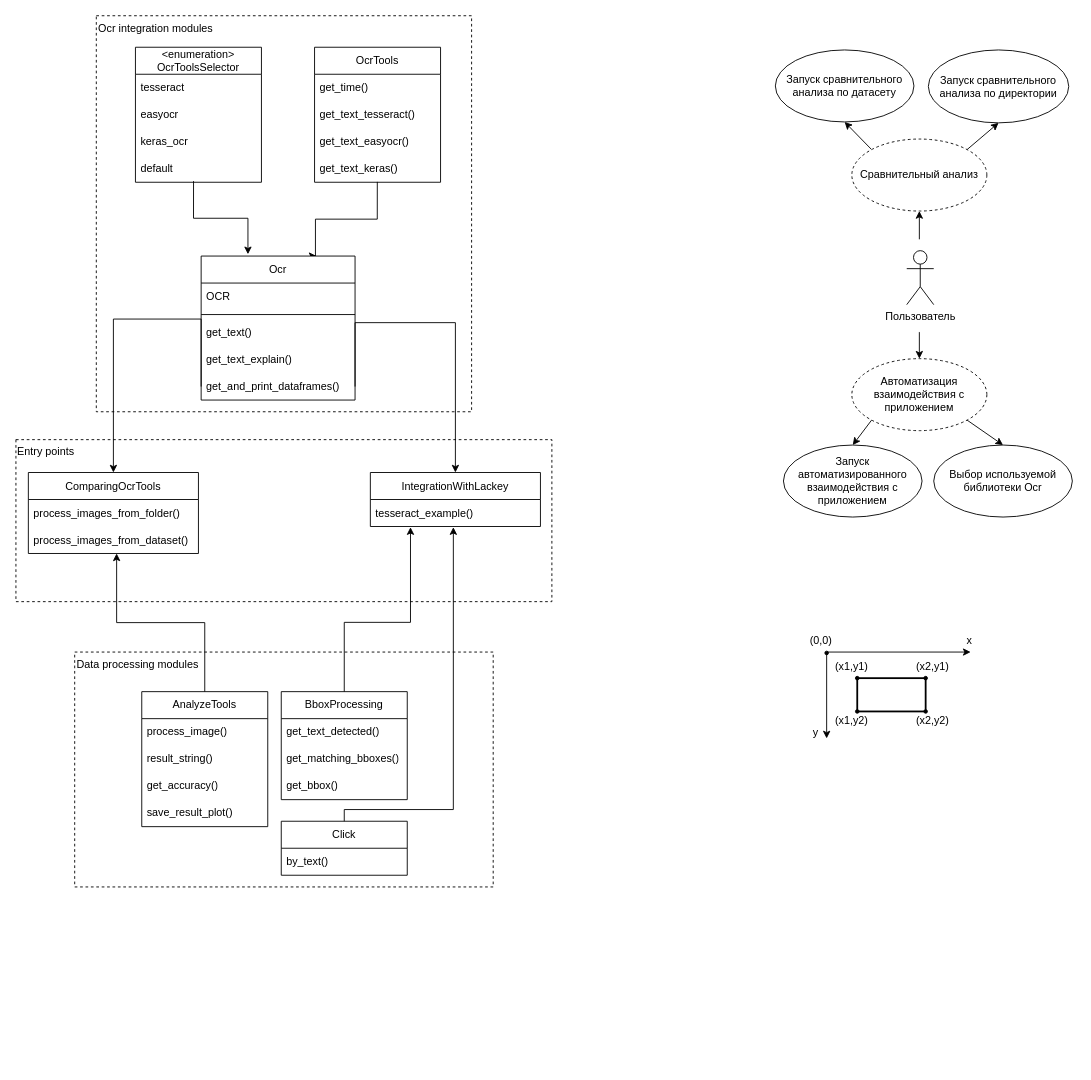
2nozh/ExperimentalOCR keeps this draw.io diagram as diagrams/class_dia.drawio. Above is the earlier version. Source tidied: cells renumbered, new cells numbered last; positions are measured from the earlier drawing's top-left corner, leaving out a move shared by most shapes. Both pictures are drawn from the tidied source at 90%, with x=0, y=0 at pixel (15, 15).
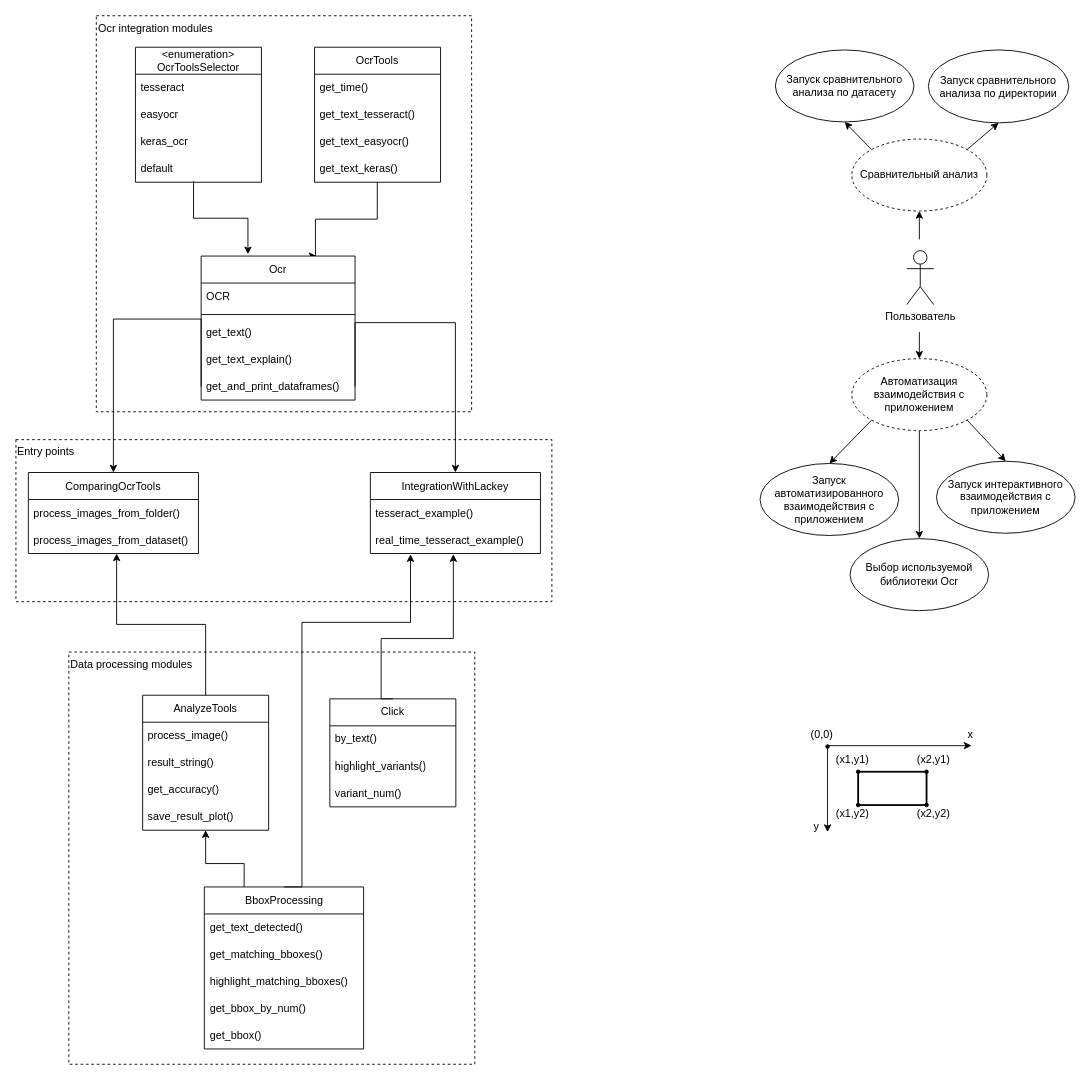
Above is the later version.

The change refers to these unchanged cells:
```xml
<mxCell id="50" value="save_result_plot()" style="text;strokeColor=none;fillColor=none;align=left;verticalAlign=middle;spacingLeft=4;spacingRight=4;overflow=hidden;points=[[0,0.5],[1,0.5]];portConstraint=eastwest;whiteSpace=wrap;html=1;" parent="46" vertex="1">
  <mxGeometry y="120" width="140" height="30" as="geometry" />
</mxCell>
<mxCell id="71" value="Автоматизация взаимодействия с приложением" style="ellipse;whiteSpace=wrap;html=1;dashed=1;" parent="1" vertex="1">
  <mxGeometry x="929" y="381" width="150" height="80" as="geometry" />
</mxCell>
```

The edit, as a diff of the source:
```diff
@@
     <mxCell id="7" value="Data processing modules" style="rounded=0;whiteSpace=wrap;html=1;dashed=1;align=left;verticalAlign=top;" parent="1" vertex="1">
-      <mxGeometry x="65.5" y="707" width="465" height="261" as="geometry" />
+      <mxGeometry x="59" y="707" width="451" height="458" as="geometry" />
     </mxCell>
     <mxCell id="8" style="rounded=0;whiteSpace=wrap;html=1;strokeWidth=2;" parent="1" vertex="1">
-      <mxGeometry x="935" y="736" width="76" height="37" as="geometry" />
+      <mxGeometry x="936" y="840" width="76" height="37" as="geometry" />
     </mxCell>
     <mxCell id="9" style="endArrow=classic;html=1;rounded=0;" parent="1" edge="1">
       <mxGeometry relative="1" as="geometry">
-        <mxPoint x="901" y="707" as="sourcePoint" />
-        <mxPoint x="1061" y="707" as="targetPoint" />
+        <mxPoint x="902" y="811" as="sourcePoint" />
+        <mxPoint x="1062" y="811" as="targetPoint" />
       </mxGeometry>
     </mxCell>
     <mxCell id="10" style="endArrow=classic;html=1;rounded=0;" parent="1" edge="1">
       <mxGeometry relative="1" as="geometry">
-        <mxPoint x="901" y="707" as="sourcePoint" />
-        <mxPoint x="901" y="803" as="targetPoint" />
+        <mxPoint x="902" y="811" as="sourcePoint" />
+        <mxPoint x="902" y="907" as="targetPoint" />
       </mxGeometry>
     </mxCell>
     <mxCell id="11" value="x" style="text;html=1;align=center;verticalAlign=middle;whiteSpace=wrap;rounded=0;" parent="1" vertex="1">
-      <mxGeometry x="1030" y="680" width="60" height="30" as="geometry" />
+      <mxGeometry x="1031" y="784" width="60" height="30" as="geometry" />
     </mxCell>
     <mxCell id="12" value="y" style="text;html=1;align=center;verticalAlign=middle;whiteSpace=wrap;rounded=0;" parent="1" vertex="1">
-      <mxGeometry x="859" y="782" width="60" height="30" as="geometry" />
+      <mxGeometry x="860" y="886" width="60" height="30" as="geometry" />
     </mxCell>
     <mxCell id="13" value="(x1,y1)" style="text;html=1;align=center;verticalAlign=middle;whiteSpace=wrap;rounded=0;" parent="1" vertex="1">
-      <mxGeometry x="899" y="708" width="60" height="30" as="geometry" />
+      <mxGeometry x="900" y="812" width="60" height="30" as="geometry" />
     </mxCell>
     <mxCell id="14" style="ellipse;whiteSpace=wrap;html=1;fillColor=#000000;" parent="1" vertex="1">
-      <mxGeometry x="933" y="734" width="4" height="4" as="geometry" />
+      <mxGeometry x="934" y="838" width="4" height="4" as="geometry" />
     </mxCell>
     <mxCell id="15" style="ellipse;whiteSpace=wrap;html=1;fillColor=#000000;" parent="1" vertex="1">
-      <mxGeometry x="1009" y="734" width="4" height="4" as="geometry" />
+      <mxGeometry x="1010" y="838" width="4" height="4" as="geometry" />
     </mxCell>
     <mxCell id="16" style="ellipse;whiteSpace=wrap;html=1;fillColor=#000000;" parent="1" vertex="1">
-      <mxGeometry x="933" y="771" width="4" height="4" as="geometry" />
+      <mxGeometry x="934" y="875" width="4" height="4" as="geometry" />
     </mxCell>
     <mxCell id="17" style="ellipse;whiteSpace=wrap;html=1;fillColor=#000000;" parent="1" vertex="1">
-      <mxGeometry x="1009" y="771" width="4" height="4" as="geometry" />
+      <mxGeometry x="1010" y="875" width="4" height="4" as="geometry" />
     </mxCell>
     <mxCell id="18" value="(x2,y1)" style="text;html=1;align=center;verticalAlign=middle;whiteSpace=wrap;rounded=0;" parent="1" vertex="1">
-      <mxGeometry x="989" y="708" width="60" height="30" as="geometry" />
+      <mxGeometry x="990" y="812" width="60" height="30" as="geometry" />
     </mxCell>
     <mxCell id="19" value="(x1,y2)" style="text;html=1;align=center;verticalAlign=middle;whiteSpace=wrap;rounded=0;" parent="1" vertex="1">
-      <mxGeometry x="899" y="768" width="60" height="30" as="geometry" />
+      <mxGeometry x="900" y="872" width="60" height="30" as="geometry" />
     </mxCell>
     <mxCell id="20" value="(x2,y2)" style="text;html=1;align=center;verticalAlign=middle;whiteSpace=wrap;rounded=0;" parent="1" vertex="1">
-      <mxGeometry x="989" y="768" width="60" height="30" as="geometry" />
+      <mxGeometry x="990" y="872" width="60" height="30" as="geometry" />
     </mxCell>
     <mxCell id="21" value="(0,0)" style="text;html=1;align=center;verticalAlign=middle;whiteSpace=wrap;rounded=0;" parent="1" vertex="1">
-      <mxGeometry x="865" y="680" width="60" height="30" as="geometry" />
+      <mxGeometry x="866" y="784" width="60" height="30" as="geometry" />
     </mxCell>
     <mxCell id="22" style="ellipse;whiteSpace=wrap;html=1;fillColor=#000000;" parent="1" vertex="1">
-      <mxGeometry x="899" y="706" width="4" height="4" as="geometry" />
+      <mxGeometry x="900" y="810" width="4" height="4" as="geometry" />
     </mxCell>
@@
     <mxCell id="35" value="BboxProcessing" style="swimlane;fontStyle=0;horizontal=1;startSize=30;whiteSpace=wrap;html=1;" parent="1" vertex="1">
-      <mxGeometry x="295" y="751" width="140" height="120" as="geometry" />
+      <mxGeometry x="209.5" y="968" width="177" height="180" as="geometry" />
     </mxCell>
     <mxCell id="36" value="get_text_detected()" style="text;strokeColor=none;fillColor=none;align=left;verticalAlign=middle;spacingLeft=4;spacingRight=4;overflow=hidden;whiteSpace=wrap;html=1;" parent="35" vertex="1">
-      <mxGeometry y="30" width="140" height="30" as="geometry" />
+      <mxGeometry y="30" width="177" height="30" as="geometry" />
     </mxCell>
     <mxCell id="37" value="get_matching_bboxes()" style="text;strokeColor=none;fillColor=none;align=left;verticalAlign=middle;spacingLeft=4;spacingRight=4;overflow=hidden;whiteSpace=wrap;html=1;" parent="35" vertex="1">
-      <mxGeometry y="60" width="140" height="30" as="geometry" />
+      <mxGeometry y="60" width="177" height="30" as="geometry" />
     </mxCell>
+    <mxCell id="73" value="highlight_matching_bboxes()" style="text;strokeColor=none;fillColor=none;align=left;verticalAlign=middle;spacingLeft=4;spacingRight=4;overflow=hidden;whiteSpace=wrap;html=1;" parent="35" vertex="1">
+      <mxGeometry y="90" width="177" height="30" as="geometry" />
+    </mxCell>
+    <mxCell id="74" value="get_bbox_by_num()" style="text;strokeColor=none;fillColor=none;align=left;verticalAlign=middle;spacingLeft=4;spacingRight=4;overflow=hidden;whiteSpace=wrap;html=1;" parent="35" vertex="1">
+      <mxGeometry y="120" width="177" height="30" as="geometry" />
+    </mxCell>
     <mxCell id="38" value="get_bbox()" style="text;strokeColor=none;fillColor=none;align=left;verticalAlign=middle;spacingLeft=4;spacingRight=4;overflow=hidden;whiteSpace=wrap;html=1;" parent="35" vertex="1">
-      <mxGeometry y="90" width="140" height="30" as="geometry" />
+      <mxGeometry y="150" width="177" height="30" as="geometry" />
     </mxCell>
     <mxCell id="39" value="Click" style="swimlane;fontStyle=0;horizontal=1;startSize=30;whiteSpace=wrap;html=1;" parent="1" vertex="1">
-      <mxGeometry x="295" y="895" width="140" height="60" as="geometry" />
+      <mxGeometry x="349" y="759" width="140" height="120" as="geometry" />
     </mxCell>
@@
+    <mxCell id="75" value="highlight_variants()" style="text;strokeColor=none;fillColor=none;align=left;verticalAlign=middle;spacingLeft=4;spacingRight=4;overflow=hidden;whiteSpace=wrap;html=1;" parent="39" vertex="1">
+      <mxGeometry y="60" width="140" height="30" as="geometry" />
+    </mxCell>
+    <mxCell id="76" value="variant_num()" style="text;strokeColor=none;fillColor=none;align=left;verticalAlign=middle;spacingLeft=4;spacingRight=4;overflow=hidden;whiteSpace=wrap;html=1;" parent="39" vertex="1">
+      <mxGeometry y="90" width="140" height="30" as="geometry" />
+    </mxCell>
@@
     <mxCell id="44" value="IntegrationWithLackey" style="swimlane;fontStyle=0;horizontal=1;startSize=30;whiteSpace=wrap;html=1;" parent="1" vertex="1">
-      <mxGeometry x="394" y="507.5" width="189" height="60" as="geometry" />
+      <mxGeometry x="394" y="507.5" width="189" height="90" as="geometry" />
     </mxCell>
+    <mxCell id="77" value="tesseract_example()" style="text;strokeColor=none;fillColor=none;align=left;verticalAlign=middle;spacingLeft=4;spacingRight=4;overflow=hidden;whiteSpace=wrap;html=1;" parent="44" vertex="1">
+      <mxGeometry y="30" width="189" height="30" as="geometry" />
+    </mxCell>
-    <mxCell id="45" value="tesseract_example()" style="text;strokeColor=none;fillColor=none;align=left;verticalAlign=middle;spacingLeft=4;spacingRight=4;overflow=hidden;points=[[0,0.5],[1,0.5]];portConstraint=eastwest;whiteSpace=wrap;html=1;" parent="44" vertex="1">
-      <mxGeometry y="30" width="189" height="30" as="geometry" />
+    <mxCell id="45" value="real_time_tesseract_example()" style="text;strokeColor=none;fillColor=none;align=left;verticalAlign=middle;spacingLeft=4;spacingRight=4;overflow=hidden;points=[[0,0.5],[1,0.5]];portConstraint=eastwest;whiteSpace=wrap;html=1;" parent="44" vertex="1">
+      <mxGeometry y="60" width="189" height="30" as="geometry" />
     </mxCell>
     <mxCell id="46" value="AnalyzeTools" style="swimlane;fontStyle=0;horizontal=1;startSize=30;whiteSpace=wrap;html=1;" parent="1" vertex="1">
-      <mxGeometry x="140" y="751" width="140" height="150" as="geometry" />
+      <mxGeometry x="141" y="755" width="140" height="150" as="geometry" />
     </mxCell>
@@
     <mxCell id="52" style="rounded=0;jettySize=auto;html=1;exitX=0.5;exitY=0;exitDx=0;exitDy=0;entryX=0.236;entryY=1.025;entryDx=0;entryDy=0;entryPerimeter=0;edgeStyle=orthogonalEdgeStyle;" parent="1" edge="1" source="35" target="45">
       <mxGeometry relative="1" as="geometry">
         <Array as="points">
-          <mxPoint x="365" y="674" />
+          <mxPoint x="318" y="674" />
           <mxPoint x="439" y="674" />
         </Array>
       </mxGeometry>
     </mxCell>
     <mxCell id="53" style="edgeStyle=orthogonalEdgeStyle;rounded=0;jettySize=auto;html=1;exitX=0.5;exitY=0;exitDx=0;exitDy=0;entryX=0.488;entryY=1.025;entryDx=0;entryDy=0;entryPerimeter=0;" parent="1" edge="1" source="39" target="45">
       <mxGeometry relative="1" as="geometry">
         <Array as="points">
-          <mxPoint x="365" y="882" />
-          <mxPoint x="486" y="882" />
+          <mxPoint x="406" y="759" />
+          <mxPoint x="406" y="692" />
+          <mxPoint x="486" y="692" />
         </Array>
       </mxGeometry>
     </mxCell>
@@
     <mxCell id="68" value="Запуск автоматизированного взаимодействия с приложением" style="ellipse;whiteSpace=wrap;html=1;" parent="1" vertex="1">
-      <mxGeometry x="853" y="477" width="154" height="80" as="geometry" />
+      <mxGeometry x="827" y="497.5" width="154" height="80" as="geometry" />
     </mxCell>
@@
-    <mxCell id="70" style="edgeStyle=none;rounded=0;jettySize=auto;html=1;exitX=1;exitY=1;exitDx=0;exitDy=0;entryX=0.5;entryY=0;entryDx=0;entryDy=0;" parent="1" edge="1" source="71" target="72">
+    <mxCell id="70" style="edgeStyle=none;rounded=0;jettySize=auto;html=1;exitX=0.5;exitY=1;exitDx=0;exitDy=0;entryX=0.5;entryY=0;entryDx=0;entryDy=0;" parent="1" edge="1" source="71" target="72">
       <mxGeometry relative="1" as="geometry" />
     </mxCell>
+    <mxCell id="78" style="edgeStyle=none;rounded=0;jettySize=auto;html=1;exitX=1;exitY=1;exitDx=0;exitDy=0;entryX=0.5;entryY=0;entryDx=0;entryDy=0;" parent="1" edge="1" source="71" target="79">
+      <mxGeometry relative="1" as="geometry" />
+    </mxCell>
@@
     <mxCell id="72" value="Выбор используемой библиотеки Ocr" style="ellipse;whiteSpace=wrap;html=1;" parent="1" vertex="1">
-      <mxGeometry x="1020" y="477" width="154" height="80" as="geometry" />
+      <mxGeometry x="927" y="581" width="154" height="80" as="geometry" />
     </mxCell>
+    <mxCell id="79" value="Запуск интерактивного взаимодействия с приложением" style="ellipse;whiteSpace=wrap;html=1;" parent="1" vertex="1">
+      <mxGeometry x="1023" y="495" width="154" height="80" as="geometry" />
+    </mxCell>
+    <mxCell id="80" style="edgeStyle=orthogonalEdgeStyle;rounded=0;jettySize=auto;html=1;exitX=0.25;exitY=0;exitDx=0;exitDy=0;" parent="1" edge="1" source="35" target="50">
+      <mxGeometry relative="1" as="geometry">
+        <Array as="points">
+          <mxPoint x="254" y="942" />
+          <mxPoint x="211" y="942" />
+        </Array>
+      </mxGeometry>
+    </mxCell>
```
